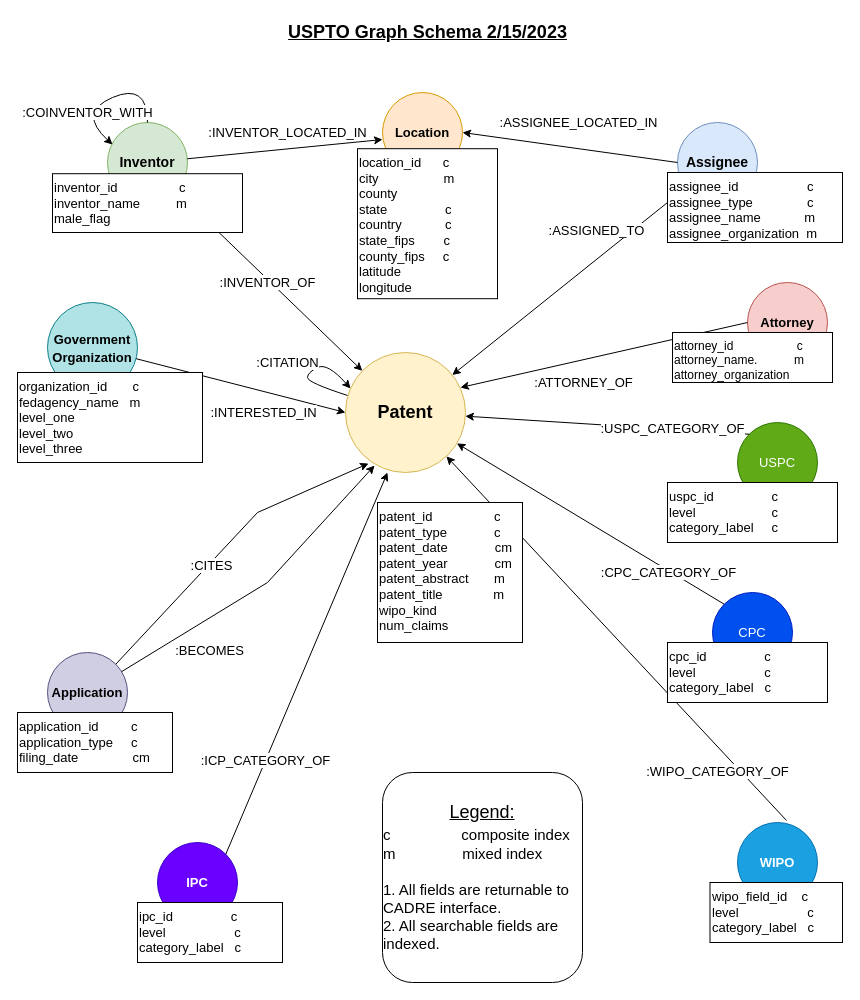
The draw.io diagram new_uspto_diagram.drawio in iuni-cadre/DataPipelineAndProvenanceForCADRE, before the edit. Source tidied: cells renumbered, new cells numbered last; positions are measured from the earlier drawing's top-left corner, leaving out a move shared by most shapes. Both pictures are drawn from the tidied source at 100%, with x=0, y=0 at pixel (17, 17).
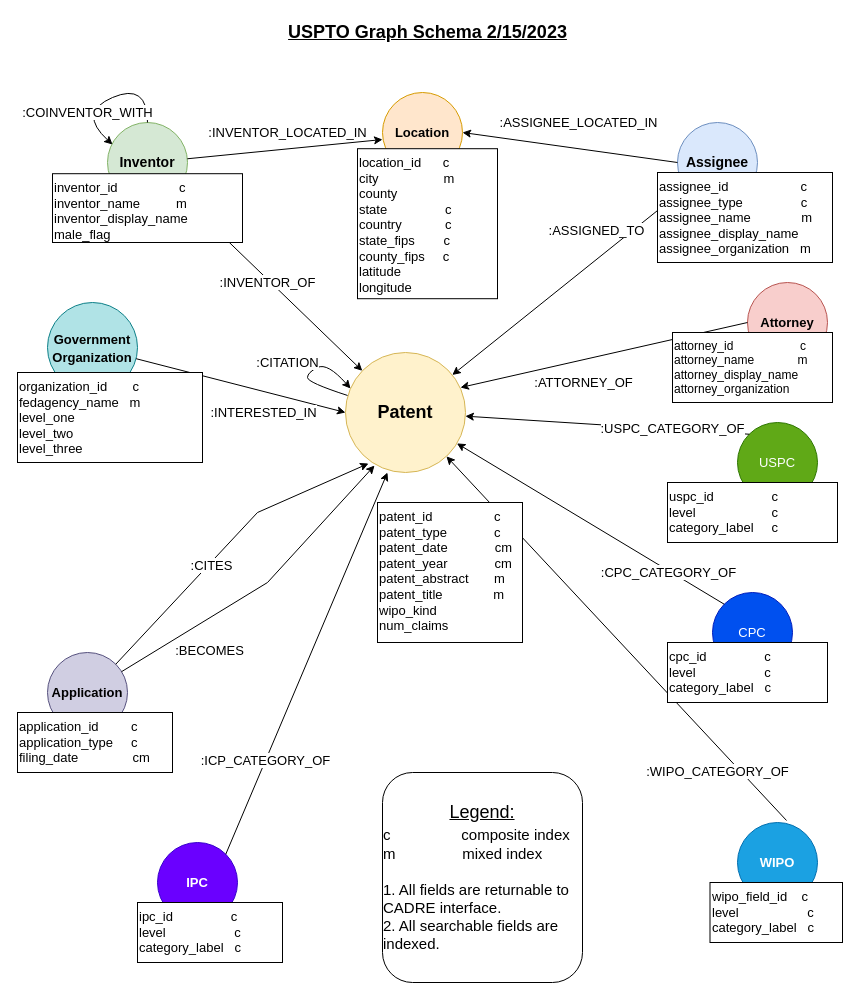
After the change.

Commit message (it also covers changes not shown here):
Modified JanusGraph schema diagram to include display names.

The edit, as a diff of the source:
```diff
@@
-    <mxCell id="15" value="assignee_id &amp;nbsp; &amp;nbsp; &amp;nbsp; &amp;nbsp; &amp;nbsp; &amp;nbsp; &amp;nbsp; &amp;nbsp; &amp;nbsp; c&lt;br&gt;assignee_type &amp;nbsp; &amp;nbsp; &amp;nbsp; &amp;nbsp; &amp;nbsp; &amp;nbsp; &amp;nbsp; c&lt;br&gt;assignee_name &amp;nbsp; &amp;nbsp; &amp;nbsp; &amp;nbsp; &amp;nbsp; &amp;nbsp;m&lt;br&gt;assignee_organization &amp;nbsp;m" style="whiteSpace=wrap;html=1;fontSize=13;align=left;verticalAlign=top;" parent="1" vertex="1">
-      <mxGeometry x="650" y="155" width="175" height="70" as="geometry" />
+    <mxCell id="15" value="assignee_id &amp;nbsp; &amp;nbsp; &amp;nbsp; &amp;nbsp; &amp;nbsp; &amp;nbsp; &amp;nbsp; &amp;nbsp; &amp;nbsp; &amp;nbsp;c&lt;br&gt;assignee_type &amp;nbsp; &amp;nbsp; &amp;nbsp; &amp;nbsp; &amp;nbsp; &amp;nbsp; &amp;nbsp; &amp;nbsp;c&lt;br&gt;assignee_name &amp;nbsp; &amp;nbsp; &amp;nbsp; &amp;nbsp; &amp;nbsp; &amp;nbsp; &amp;nbsp;m&lt;br&gt;assignee_display_name&lt;br&gt;assignee_organization &amp;nbsp; m" style="whiteSpace=wrap;html=1;fontSize=13;align=left;verticalAlign=top;" parent="1" vertex="1">
+      <mxGeometry x="640" y="155" width="175" height="90" as="geometry" />
     </mxCell>
-    <mxCell id="16" value="inventor_id &amp;nbsp; &amp;nbsp; &amp;nbsp; &amp;nbsp; &amp;nbsp; &amp;nbsp; &amp;nbsp; &amp;nbsp; c&lt;br&gt;inventor_name &amp;nbsp; &amp;nbsp; &amp;nbsp; &amp;nbsp; &amp;nbsp;m&lt;br&gt;male_flag" style="whiteSpace=wrap;html=1;fontSize=13;align=left;verticalAlign=top;" parent="1" vertex="1">
-      <mxGeometry x="35" y="156.2" width="190" height="58.8" as="geometry" />
+    <mxCell id="16" value="inventor_id &amp;nbsp; &amp;nbsp; &amp;nbsp; &amp;nbsp; &amp;nbsp; &amp;nbsp; &amp;nbsp; &amp;nbsp; c&lt;br&gt;inventor_name &amp;nbsp; &amp;nbsp; &amp;nbsp; &amp;nbsp; &amp;nbsp;m&lt;br&gt;inventor_display_name&lt;br&gt;male_flag" style="whiteSpace=wrap;html=1;fontSize=13;align=left;verticalAlign=top;" parent="1" vertex="1">
+      <mxGeometry x="35" y="156.2" width="190" height="68.8" as="geometry" />
     </mxCell>
@@
-    <mxCell id="19" value="attorney_id &amp;nbsp; &amp;nbsp; &amp;nbsp; &amp;nbsp; &amp;nbsp; &amp;nbsp; &amp;nbsp; &amp;nbsp; &amp;nbsp; c&lt;br&gt;attorney_name. &amp;nbsp; &amp;nbsp; &amp;nbsp; &amp;nbsp; &amp;nbsp; m&lt;br&gt;&lt;div style=&quot;&quot;&gt;&lt;span style=&quot;background-color: initial;&quot;&gt;attorney_organization &amp;nbsp;&lt;/span&gt;&lt;/div&gt;" style="rounded=0;whiteSpace=wrap;html=1;align=left;verticalAlign=top;" parent="1" vertex="1">
-      <mxGeometry x="655" y="315" width="160" height="50" as="geometry" />
+    <mxCell id="19" value="attorney_id &amp;nbsp; &amp;nbsp; &amp;nbsp; &amp;nbsp; &amp;nbsp; &amp;nbsp; &amp;nbsp; &amp;nbsp; &amp;nbsp; &amp;nbsp;c&lt;br&gt;attorney_name &amp;nbsp; &amp;nbsp; &amp;nbsp; &amp;nbsp; &amp;nbsp; &amp;nbsp; m&lt;br&gt;attorney_display_name&lt;br&gt;&lt;div style=&quot;&quot;&gt;&lt;span style=&quot;background-color: initial;&quot;&gt;attorney_organization &amp;nbsp;&lt;/span&gt;&lt;/div&gt;" style="rounded=0;whiteSpace=wrap;html=1;align=left;verticalAlign=top;" parent="1" vertex="1">
+      <mxGeometry x="655" y="315" width="160" height="70" as="geometry" />
     </mxCell>
```
